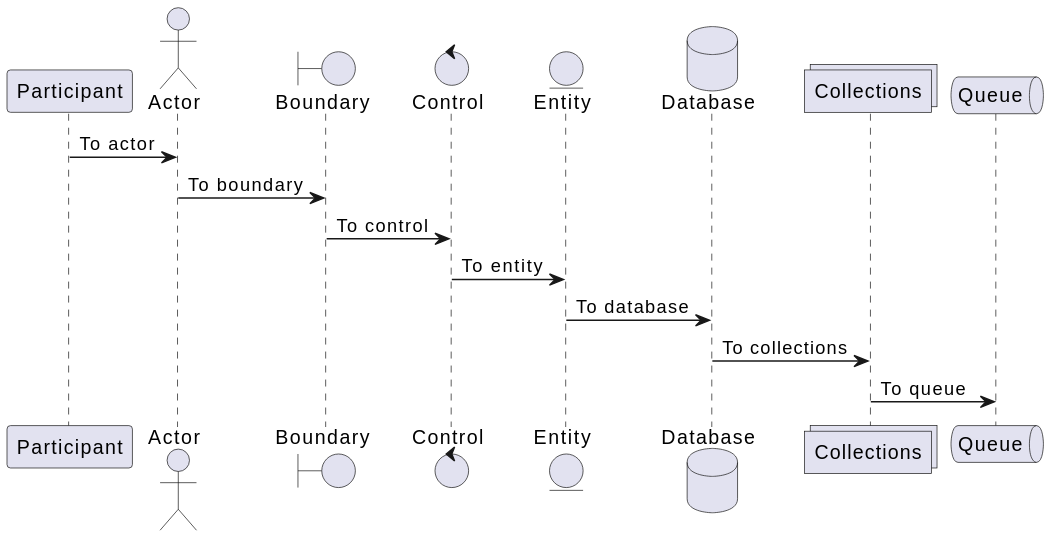
Before: docs/plantuml/img/new.svg, a diagram exported from PlantUML (quang-dv/vite-demo).
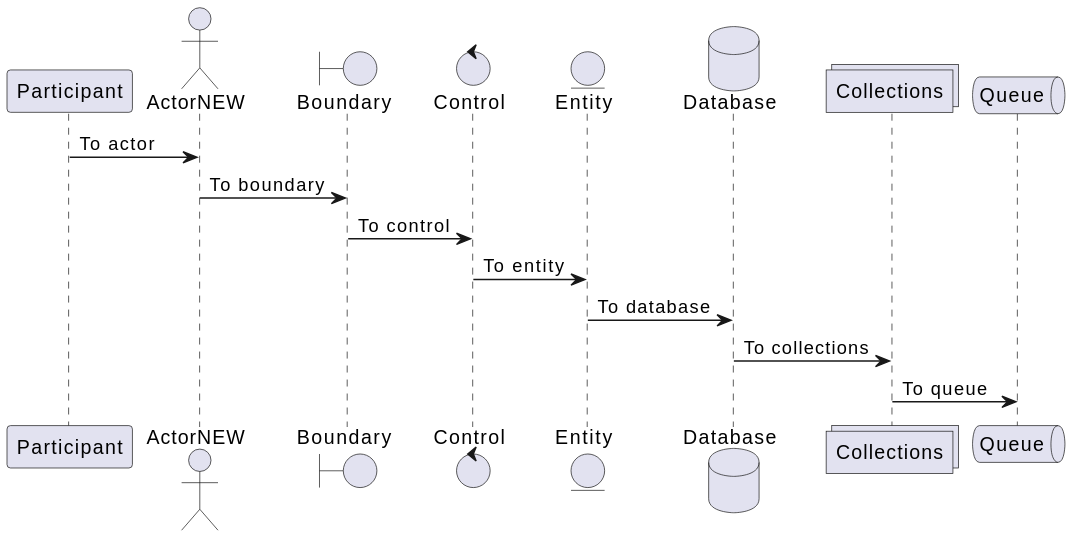
The same file after the commit.

Diff of the diagram source:
```diff
@@ -1,6 +1,6 @@
 @startuml
 participant Participant as P
-actor       Actor       as A
+actor       ActorNEW       as A
 boundary    Boundary    as B
 control     Control     as C
 entity      Entity      as E
```
